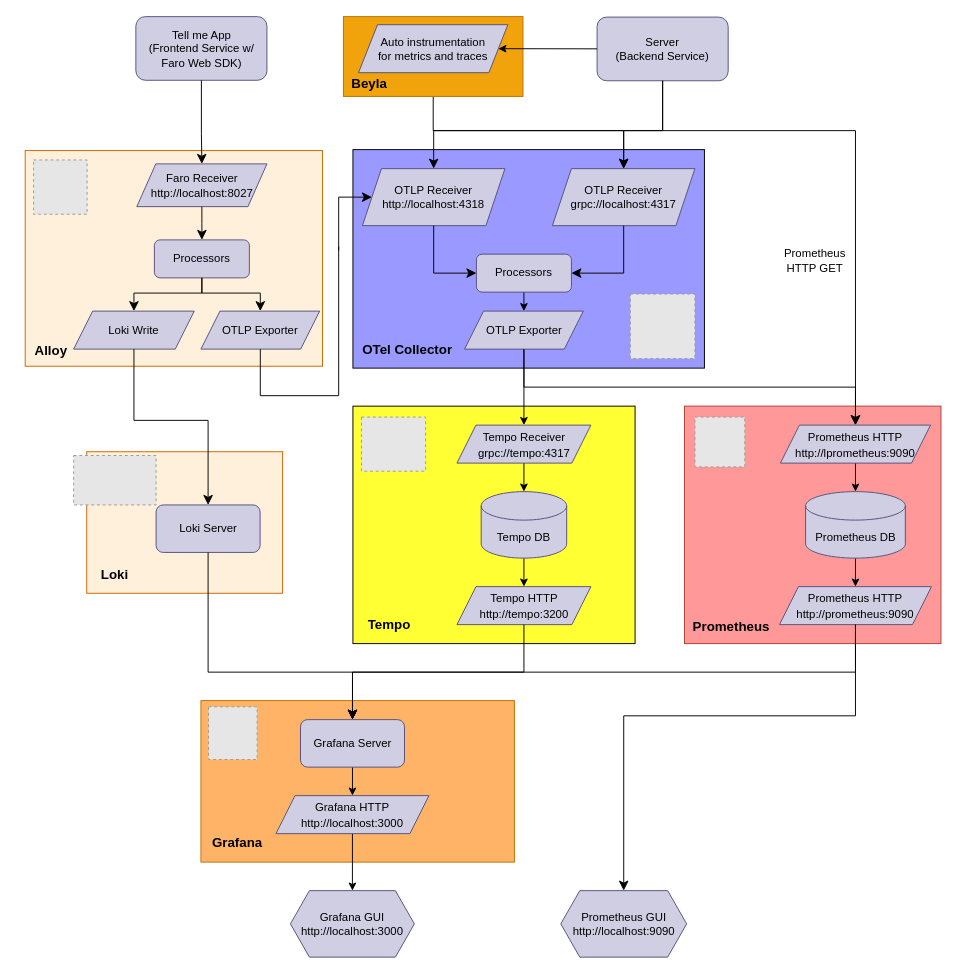
Above: figure/structure.drawio in gary1030/observability-demo (draw.io), before the change. Source tidied: cells renumbered, new cells numbered last; positions are measured from the earlier drawing's top-left corner, leaving out a move shared by most shapes. Both pictures are drawn from the tidied source at 95%, with x=0, y=0 at pixel (16, 16). Pictures stored in the file or linked from it are replaced by grey dashed boxes.
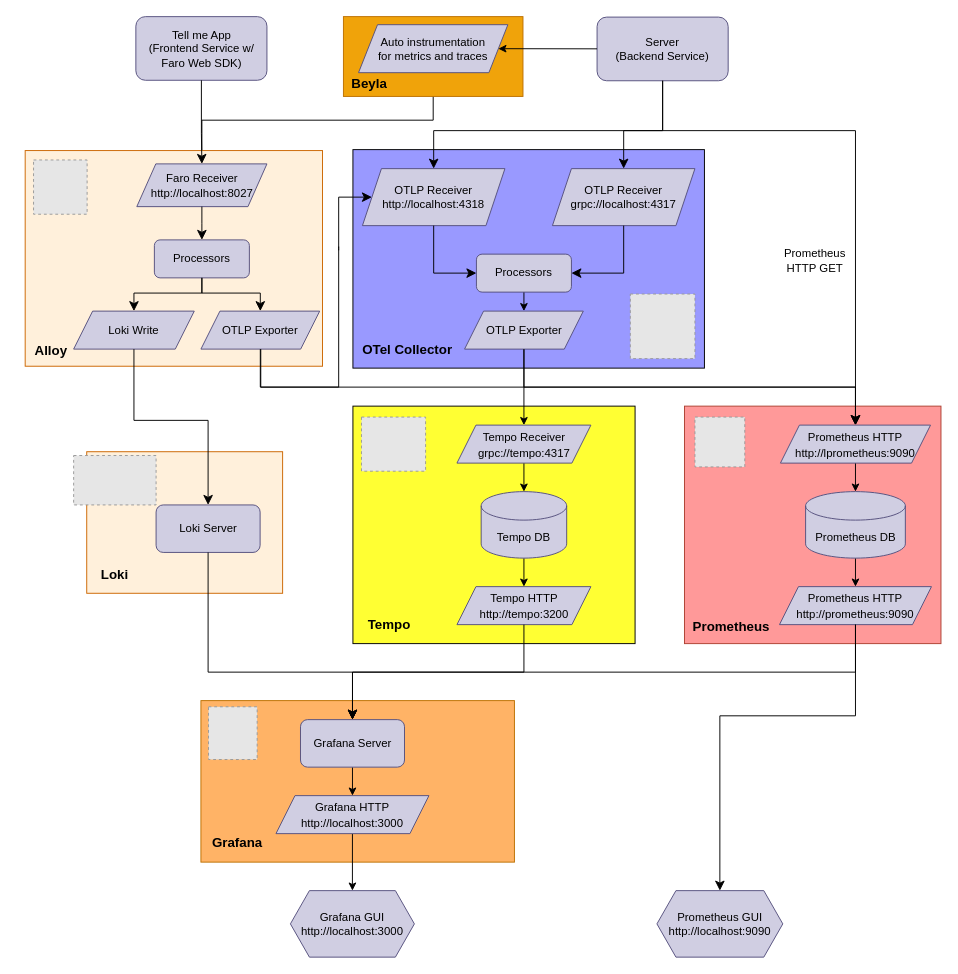
Above is the later version.

Unchanged cells that the change refers to:
```xml
<mxCell id="6" value="&lt;font color=&quot;#000000&quot;&gt;OTLP Receiver&lt;br&gt;grpc://localhost:4317&lt;/font&gt;" style="shape=parallelogram;perimeter=parallelogramPerimeter;whiteSpace=wrap;html=1;fixedSize=1;fillColor=#d0cee2;strokeColor=#56517e;" parent="1" vertex="1">
  <mxGeometry x="564" y="160" width="150" height="60" as="geometry" />
</mxCell>
<mxCell id="26" value="&lt;font style=&quot;font-size: 12px;&quot;&gt;&lt;font color=&quot;#000000&quot;&gt;Prometheus HTTP&lt;br&gt;http://lprometheus:9090&lt;/font&gt;&lt;br&gt;&lt;/font&gt;" style="shape=parallelogram;perimeter=parallelogramPerimeter;whiteSpace=wrap;html=1;fixedSize=1;fontSize=14;fillColor=#d0cee2;strokeColor=#56517e;" parent="1" vertex="1">
  <mxGeometry x="804" y="430" width="158" height="40" as="geometry" />
</mxCell>
<mxCell id="49" value="&lt;font color=&quot;#000000&quot;&gt;Faro Receiver&lt;br&gt;http://localhost:8027&lt;/font&gt;" style="shape=parallelogram;perimeter=parallelogramPerimeter;whiteSpace=wrap;html=1;fixedSize=1;fillColor=#d0cee2;strokeColor=#56517e;" parent="1" vertex="1">
  <mxGeometry x="126.5" y="155" width="137" height="45" as="geometry" />
</mxCell>
<mxCell id="52" value="&lt;font color=&quot;#000000&quot; style=&quot;font-size: 12px;&quot;&gt;OTLP Exporter&lt;/font&gt;" style="shape=parallelogram;perimeter=parallelogramPerimeter;whiteSpace=wrap;html=1;fixedSize=1;fontSize=14;fillColor=#d0cee2;strokeColor=#56517e;" parent="1" vertex="1">
  <mxGeometry x="194" y="310" width="125" height="40" as="geometry" />
</mxCell>
<mxCell id="63" value="&lt;font color=&quot;#000000&quot;&gt;Auto instrumentation&lt;br&gt;for metrics and traces&lt;br&gt;&lt;/font&gt;" style="shape=parallelogram;perimeter=parallelogramPerimeter;whiteSpace=wrap;html=1;fixedSize=1;fillColor=#d0cee2;strokeColor=#56517e;" parent="61" vertex="1">
  <mxGeometry x="17.9" y="8.5" width="157.2" height="50.5" as="geometry" />
</mxCell>
```

The edit, as a diff of the source:
```diff
@@
     <mxCell id="41" value="&lt;font color=&quot;#000000&quot;&gt;Prometheus GUI&lt;br&gt;http://localhost:9090&lt;/font&gt;" style="shape=hexagon;perimeter=hexagonPerimeter2;whiteSpace=wrap;html=1;fixedSize=1;fontSize=12;fillColor=#d0cee2;strokeColor=#56517e;" parent="1" vertex="1">
-      <mxGeometry x="572.8" y="920" width="132.5" height="70" as="geometry" />
+      <mxGeometry x="674" y="920" width="132.5" height="70" as="geometry" />
     </mxCell>
@@
-    <mxCell id="44" style="edgeStyle=elbowEdgeStyle;elbow=vertical;endArrow=classic;html=1;curved=0;rounded=0;endSize=8;startSize=8;exitX=0.5;exitY=1;exitDx=0;exitDy=0;entryX=0.5;entryY=0;entryDx=0;entryDy=0;strokeColor=#000000;" parent="1" edge="1" source="63" target="6">
+    <mxCell id="44" style="edgeStyle=elbowEdgeStyle;elbow=vertical;endArrow=classic;html=1;curved=0;rounded=0;endSize=8;startSize=8;exitX=0.5;exitY=1;exitDx=0;exitDy=0;entryX=0.5;entryY=0;entryDx=0;entryDy=0;strokeColor=#000000;" parent="1" edge="1" source="63" target="49">
       <mxGeometry relative="1" as="geometry">
         <Array as="points">
-          <mxPoint x="565" y="120" />
+          <mxPoint x="427" y="109" />
         </Array>
       </mxGeometry>
     </mxCell>
@@
     <mxCell id="71" style="edgeStyle=elbowEdgeStyle;elbow=vertical;endArrow=none;html=1;curved=0;rounded=0;endSize=8;startSize=8;strokeColor=#000000;startArrow=none;startFill=0;endFill=0;" parent="1" edge="1" source="52">
       <mxGeometry relative="1" as="geometry">
         <mxPoint x="339" y="242" as="targetPoint" />
         <Array as="points">
+          <mxPoint x="257" y="390" />
+          <mxPoint x="257" y="389" />
           <mxPoint x="321" y="399" />
           <mxPoint x="342" y="392" />
           <mxPoint x="329" y="392" />
           <mxPoint x="347" y="394" />
           <mxPoint x="332" y="392" />
         </Array>
       </mxGeometry>
     </mxCell>
@@
+    <mxCell id="73" style="edgeStyle=elbowEdgeStyle;elbow=vertical;endArrow=classic;html=1;curved=0;rounded=0;endSize=8;startSize=8;fontSize=12;exitX=0.5;exitY=1;exitDx=0;exitDy=0;entryX=0.5;entryY=0;entryDx=0;entryDy=0;strokeColor=#000000;" parent="1" edge="1" source="52" target="26">
+      <mxGeometry relative="1" as="geometry">
+        <Array as="points">
+          <mxPoint x="257" y="390" />
+          <mxPoint x="280" y="390" />
+        </Array>
+      </mxGeometry>
+    </mxCell>
```
